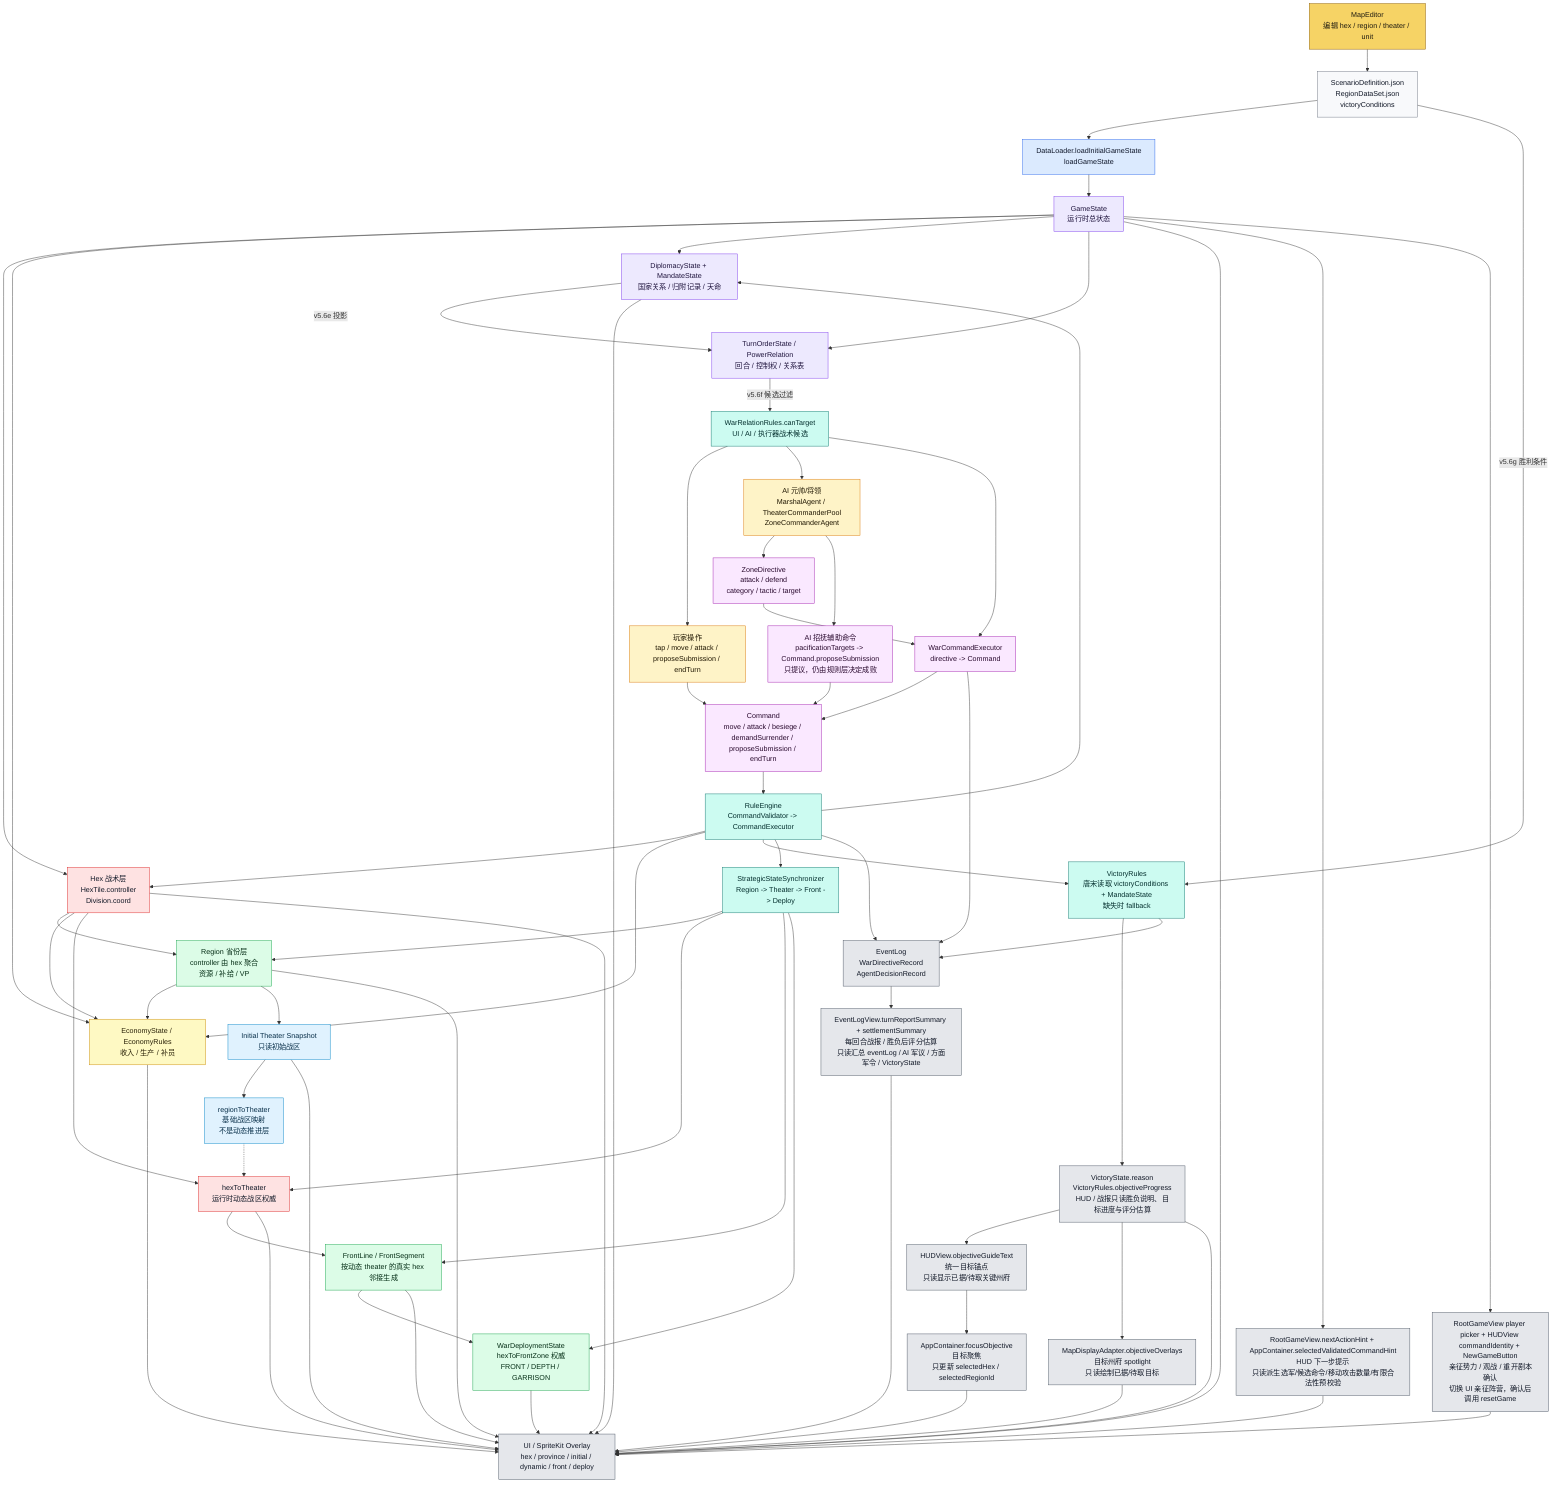
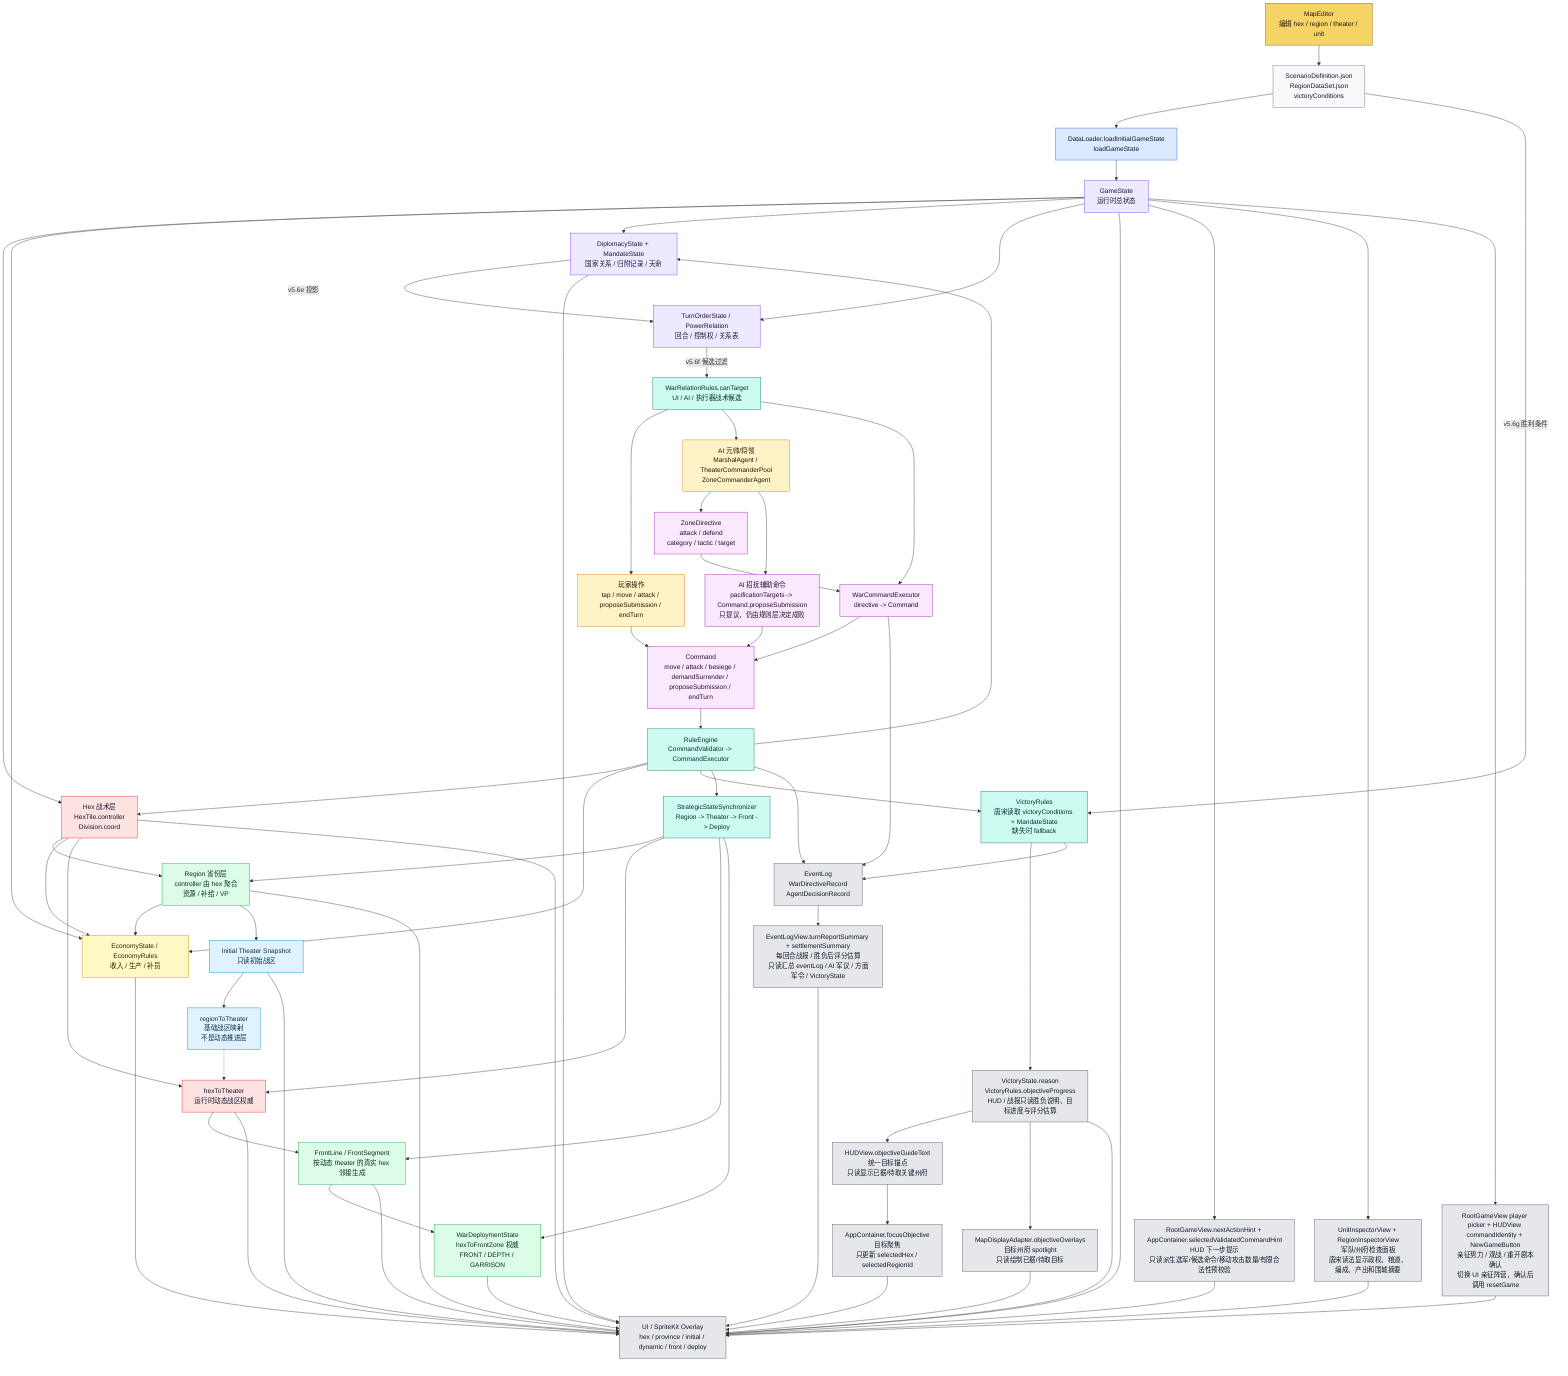
flowchart TD
    ME["MapEditor<br/>编辑 hex / region / theater / unit"]:::editor
    JSON["ScenarioDefinition.json<br/>RegionDataSet.json<br/>victoryConditions"]:::data
    DL["DataLoader.loadInitialGameState<br/>loadGameState"]:::loader
    GS["GameState<br/>运行时总状态"]:::state

    HEX["Hex 战术层<br/>HexTile.controller<br/>Division.coord"]:::authority
    REGION["Region 省份层<br/>controller 由 hex 聚合<br/>资源 / 补给 / VP"]:::derived
    INIT["Initial Theater Snapshot<br/>只读初始战区"]:::snapshot
    R2T["regionToTheater<br/>基础战区映射<br/>不是动态推进层"]:::snapshot
    H2T["hexToTheater<br/>运行时动态战区权威"]:::authority
    FRONT["FrontLine / FrontSegment<br/>按动态 theater 的真实 hex 邻接生成"]:::derived
    DEPLOY["WarDeploymentState<br/>hexToFrontZone 权威<br/>FRONT / DEPTH / GARRISON"]:::derived
    ECO["EconomyState / EconomyRules<br/>收入 / 生产 / 补员"]:::economy
    DIP["DiplomacyState + MandateState<br/>国家关系 / 归附记录 / 天命"]:::state
    TURN["TurnOrderState / PowerRelation<br/>回合 / 控制权 / 关系表"]:::state
    RELCAND["WarRelationRules.canTarget<br/>UI / AI / 执行器战术候选"]:::rules
    VICT["VictoryRules<br/>唐宋读取 victoryConditions + MandateState<br/>缺失时 fallback"]:::rules
    VICTEXT["VictoryState.reason<br/>VictoryRules.objectiveProgress<br/>HUD / 战报只读胜负说明、目标进度与评分估算"]:::ui
    GOAL["HUDView.objectiveGuideText<br/>统一目标锚点<br/>只读显示已据/待取关键州府"]:::ui
    FOCUS["AppContainer.focusObjective<br/>目标聚焦<br/>只更新 selectedHex / selectedRegionId"]:::ui
    SPOTLIGHT["MapDisplayAdapter.objectiveOverlays<br/>目标州府 spotlight<br/>只读绘制已据/待取目标"]:::ui
    TURNREPORT["EventLogView.turnReportSummary + settlementSummary<br/>每回合战报 / 胜负后评分估算<br/>只读汇总 eventLog / AI 军议 / 方面军令 / VictoryState"]:::ui
    SESSIONHUD["RootGameView player picker + HUDView commandIdentity + NewGameButton<br/>亲征势力 / 观战 / 重开剧本确认<br/>切换 UI 亲征阵营，确认后调用 resetGame"]:::ui
    HINT["RootGameView.nextActionHint + AppContainer.selectedValidatedCommandHint<br/>HUD 下一步提示<br/>只读派生选军/候选命令/移动攻击数量/有限合法性预校验"]:::ui
+     INSPECT["UnitInspectorView + RegionInspectorView<br/>军队/州府检查面板<br/>唐宋读法显示政权、粮道、编成、产出和围城摘要"]:::ui

    PLAYER["玩家操作<br/>tap / move / attack / proposeSubmission / endTurn"]:::input
    AI["AI 元帅/将领<br/>MarshalAgent / TheaterCommanderPool<br/>ZoneCommanderAgent"]:::input
    AIPAC["AI 招抚辅助命令<br/>pacificationTargets -> Command.proposeSubmission<br/>只提议，仍由规则层决定成败"]:::command
    ZD["ZoneDirective<br/>attack / defend<br/>category / tactic / target"]:::command
    WCE["WarCommandExecutor<br/>directive -> Command"]:::command
    CMD["Command<br/>move / attack / besiege / demandSurrender / proposeSubmission / endTurn"]:::command
    RE["RuleEngine<br/>CommandValidator -> CommandExecutor"]:::rules
    SYNC["StrategicStateSynchronizer<br/>Region -> Theater -> Front -> Deploy"]:::rules

    UI["UI / SpriteKit Overlay<br/>hex / province / initial / dynamic / front / deploy"]:::ui
    LOG["EventLog<br/>WarDirectiveRecord<br/>AgentDecisionRecord"]:::ui

    ME --> JSON --> DL --> GS
    GS --> HEX
    HEX --> REGION
    HEX --> ECO
    REGION --> ECO
    REGION --> INIT
    INIT --> R2T
    R2T -.-> H2T
    HEX --> H2T
    H2T --> FRONT --> DEPLOY
    GS --> ECO
    GS --> DIP
    GS --> TURN
    DIP -->|v5.6e 投影| TURN
    TURN -->|v5.6f 候选过滤| RELCAND
    JSON -->|v5.6g 胜利条件| VICT

    PLAYER --> CMD
    RELCAND --> PLAYER
    RELCAND --> AI
    RELCAND --> WCE
    AI --> ZD --> WCE --> CMD
    AI --> AIPAC --> CMD
    CMD --> RE --> HEX
    RE --> ECO
    RE --> DIP
    RE --> VICT
    RE --> SYNC
    SYNC --> REGION
    SYNC --> H2T
    SYNC --> FRONT
    SYNC --> DEPLOY

    GS --> UI
    GS --> HINT --> UI
+     GS --> INSPECT --> UI
    GS --> SESSIONHUD --> UI
    VICTEXT --> GOAL --> FOCUS --> UI
    VICTEXT --> SPOTLIGHT --> UI
    HEX --> UI
    REGION --> UI
    INIT --> UI
    H2T --> UI
    FRONT --> UI
    DEPLOY --> UI
    ECO --> UI
    DIP --> UI
    VICT --> VICTEXT --> UI
    RE --> LOG
    VICT --> LOG
    WCE --> LOG
    LOG --> TURNREPORT --> UI

    classDef editor fill:#f6d365,stroke:#8a5a00,color:#1f1b10
    classDef data fill:#f8f9fb,stroke:#6b7280,color:#111827
    classDef loader fill:#dbeafe,stroke:#2563eb,color:#0f172a
    classDef state fill:#ede9fe,stroke:#7c3aed,color:#1f143d
    classDef authority fill:#fee2e2,stroke:#dc2626,color:#111827
    classDef derived fill:#dcfce7,stroke:#16a34a,color:#052e16
    classDef snapshot fill:#e0f2fe,stroke:#0284c7,color:#082f49
    classDef input fill:#fef3c7,stroke:#d97706,color:#1f1600
    classDef economy fill:#fef9c3,stroke:#ca8a04,color:#292107
    classDef command fill:#fae8ff,stroke:#a21caf,color:#2a0a2f
    classDef rules fill:#ccfbf1,stroke:#0f766e,color:#042f2e
    classDef ui fill:#e5e7eb,stroke:#4b5563,color:#111827
